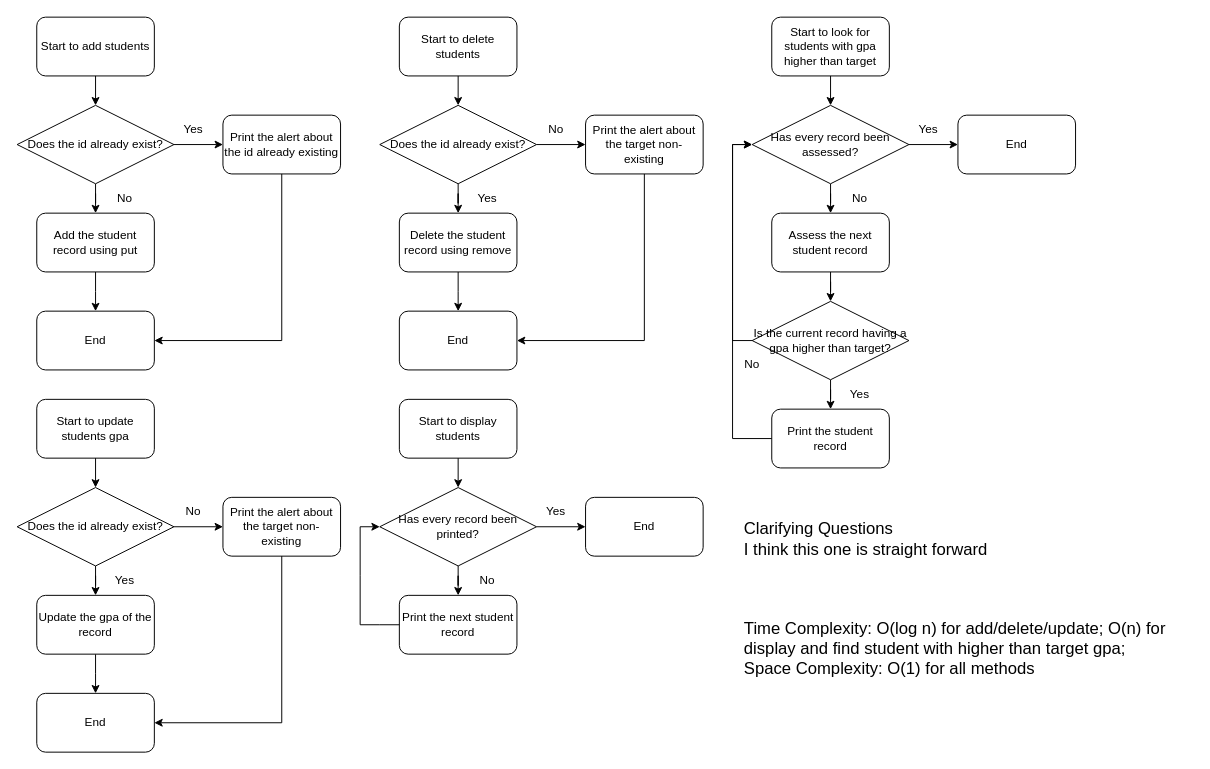
yanatnsc/Student-Record-Management-System-Using-TreeMap keeps this draw.io diagram as Student Record Management System Using TreeMap.drawio. Above is the earlier version. Source tidied: cells renumbered, new cells numbered last; positions are measured from the earlier drawing's top-left corner, leaving out a move shared by most shapes. Both pictures are drawn from the tidied source at 98%, with x=0, y=0 at pixel (17, 17).
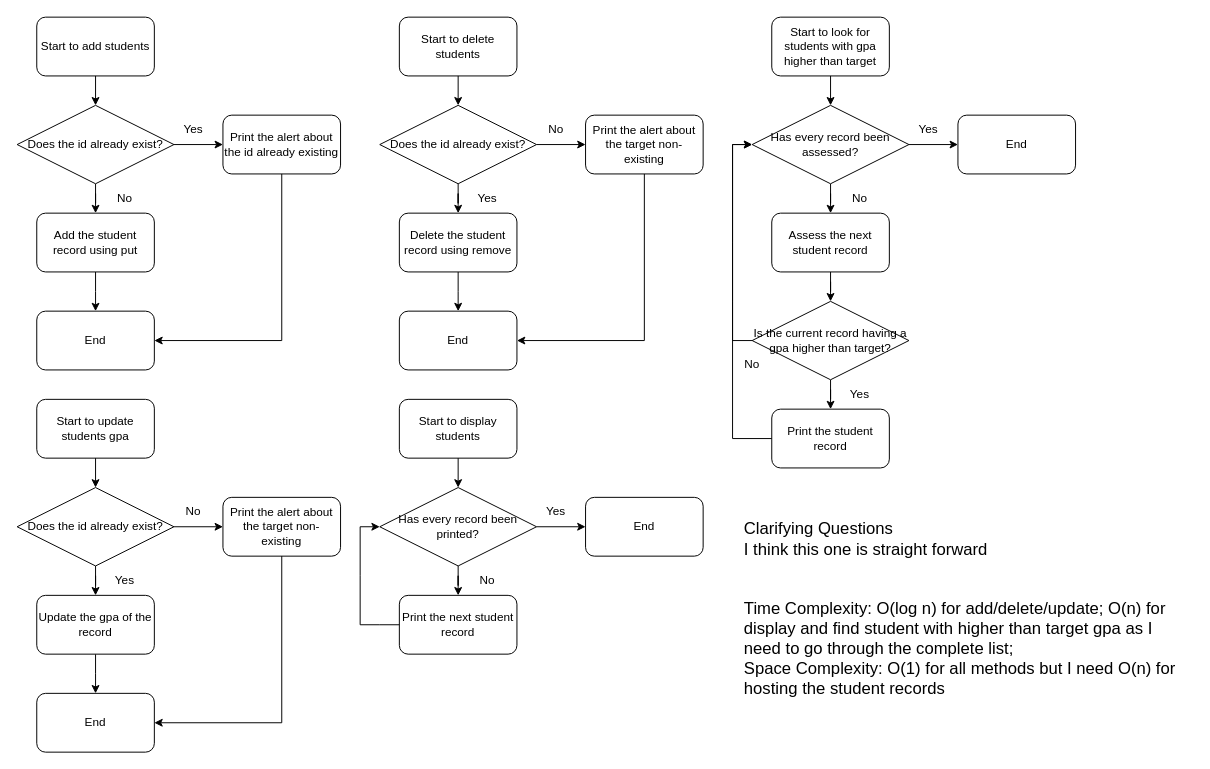
After the change.

Diff of the diagram source:
```diff
@@
-    <mxCell id="16" value="&lt;span style=&quot;font-size: 17px;&quot;&gt;Time Complexity: O(log n) for add/delete/update; O(n) for display and find student with higher than target gpa;&lt;/span&gt;&lt;div&gt;&lt;span style=&quot;font-size: 17px;&quot;&gt;Space Complexity:&amp;nbsp;&lt;/span&gt;&lt;span style=&quot;font-size: 17px; background-color: initial;&quot;&gt;O(1) for&lt;/span&gt;&lt;span style=&quot;font-size: 17px; background-color: initial;&quot;&gt;&amp;nbsp;all methods&lt;/span&gt;&lt;/div&gt;" style="text;html=1;align=left;verticalAlign=middle;whiteSpace=wrap;rounded=0;" parent="1" vertex="1">
+    <mxCell id="16" value="&lt;span style=&quot;font-size: 17px;&quot;&gt;Time Complexity: O(log n) for add/delete/update; O(n) for display and find student with higher than target gpa as I need to go through the complete list;&lt;/span&gt;&lt;div&gt;&lt;span style=&quot;font-size: 17px;&quot;&gt;Space Complexity:&amp;nbsp;&lt;/span&gt;&lt;span style=&quot;font-size: 17px; background-color: initial;&quot;&gt;O(1) for&lt;/span&gt;&lt;span style=&quot;font-size: 17px; background-color: initial;&quot;&gt;&amp;nbsp;all methods but I need O(n) for hosting the student records&lt;/span&gt;&lt;/div&gt;" style="text;html=1;align=left;verticalAlign=middle;whiteSpace=wrap;rounded=0;" parent="1" vertex="1">
       <mxGeometry x="740" y="590" width="460" height="110" as="geometry" />
     </mxCell>
```
